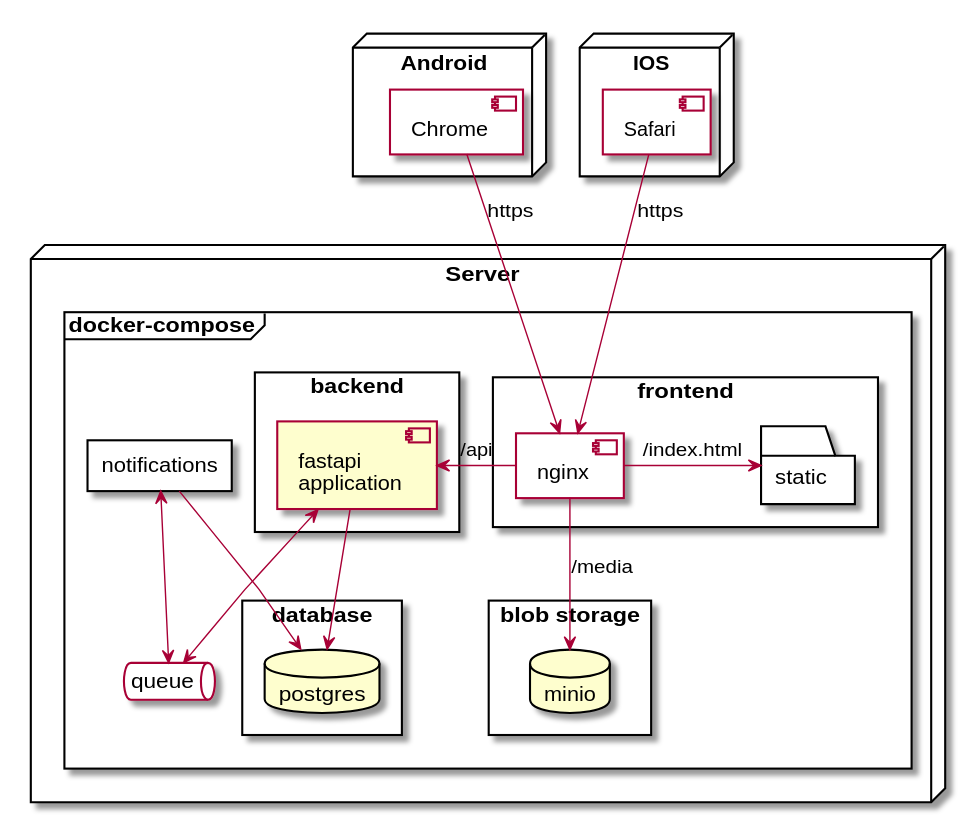
Before: deployment.svg, a diagram exported from PlantUML (kluchi/diagrams).
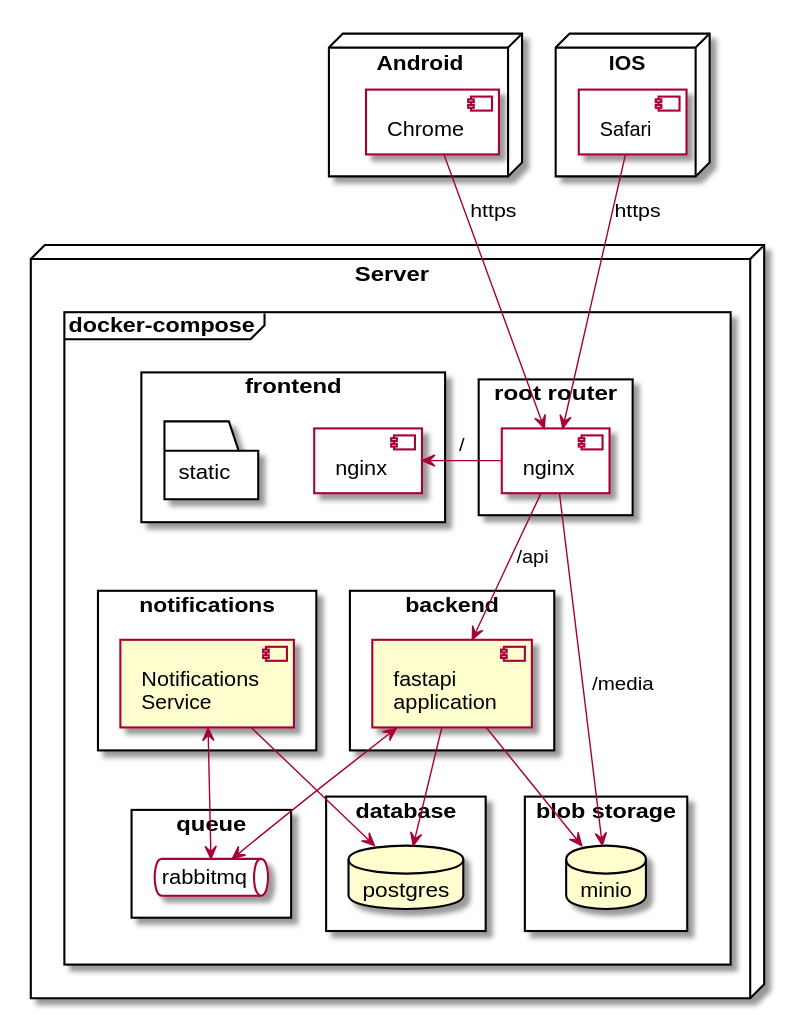
Above is the later version.

Commit message:
Generate SVG and PNG images for PlantUML diagrams

The edit, as a diff of the source:
```diff
@@ -1,18 +1,14 @@
 @startuml deployment
 
 
-skinparam linetype polyline
 
-skinparam nodesep 25
-skinparam ranksep 20
+skinparam nodesep 40
+skinparam ranksep 25
 
 node Server {
     frame "docker-compose" {
-        rectangle frontend {
-            component nginx {
-
-            }
-            folder static {
+        rectangle "root router" as root_r {
+            component "nginx" as root {
 
             }
         }
@@ -22,12 +18,28 @@
             application]
         }
 
-        queue queue {
+        rectangle frontend {
 
+            component "nginx" as n2 {
+
+            }
+
+            folder static {
+
+            }
         }
 
+        rectangle "queue" as q {
+            queue "rabbitmq" as queue {
+
+            }
+        }
+
+
+
         rectangle notifications {
-
+            component ns [Notifications
+            Service]
         }
 
         rectangle database {
@@ -57,20 +69,24 @@
 
 
 
-nginx -l-> api_server : /api
-nginx -r-> static : /index.html
+root --> api_server : /api
+root -r-> n2 : /
 
-nginx -d-> minio : /media
+root -d-> minio : /media
 
 
 api_server --> postgres
 api_server <--> queue
 
-notifications <--> queue
-notifications --> postgres
+api_server --> minio
 
-Safari --> nginx : https
+ns <--> queue
+ns --> postgres
 
-Chrome --> nginx : https
+Safari --> root : https
+
+Chrome --> root : https
+
+
 
 @enduml
```
